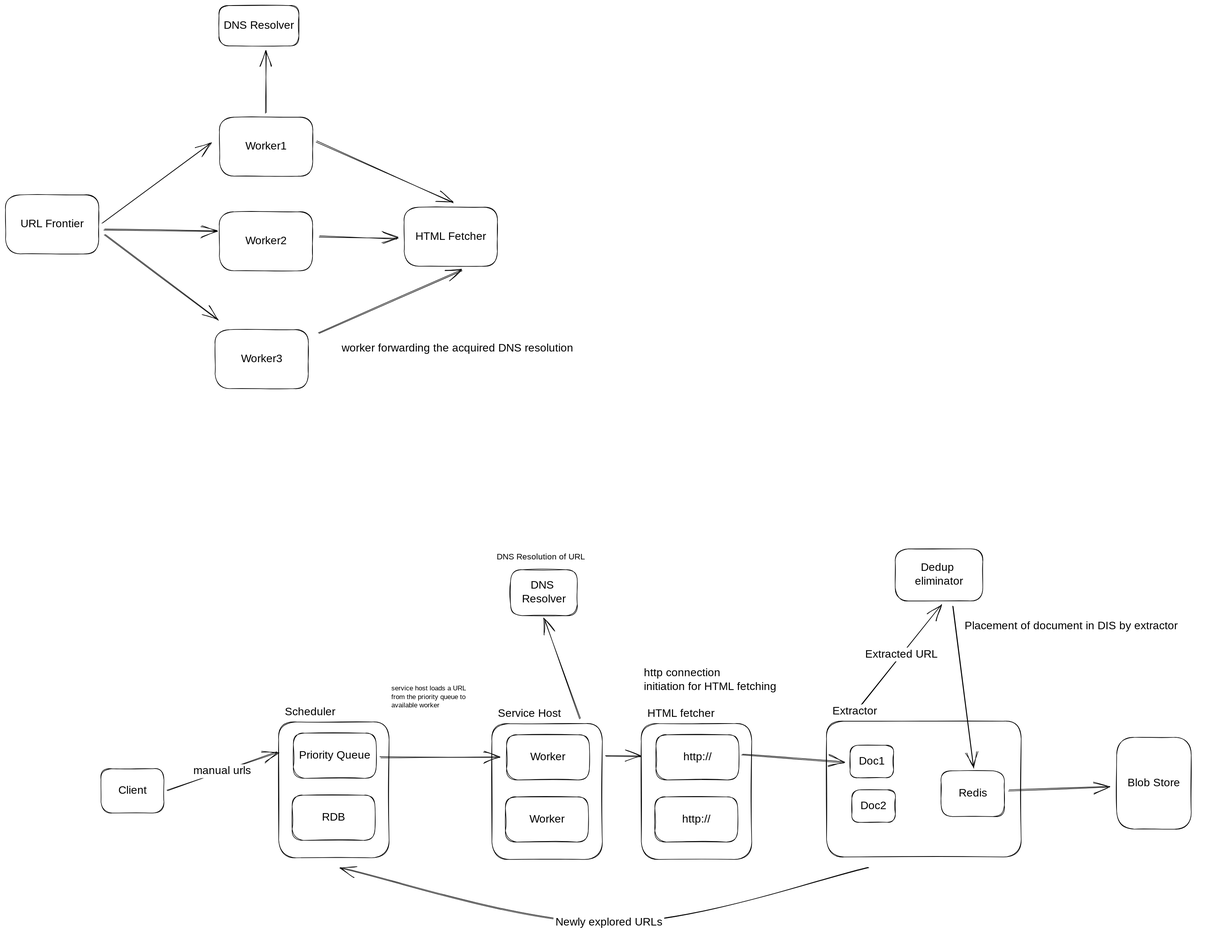
Earlier version of the Excalidraw export .gitbook/assets/file.excalidraw (14).svg (dongzeli95/swe-interview). Source tidied: one line per element, renumbered; positions are measured from the earlier drawing's top-left corner, leaving out a move shared by most shapes.
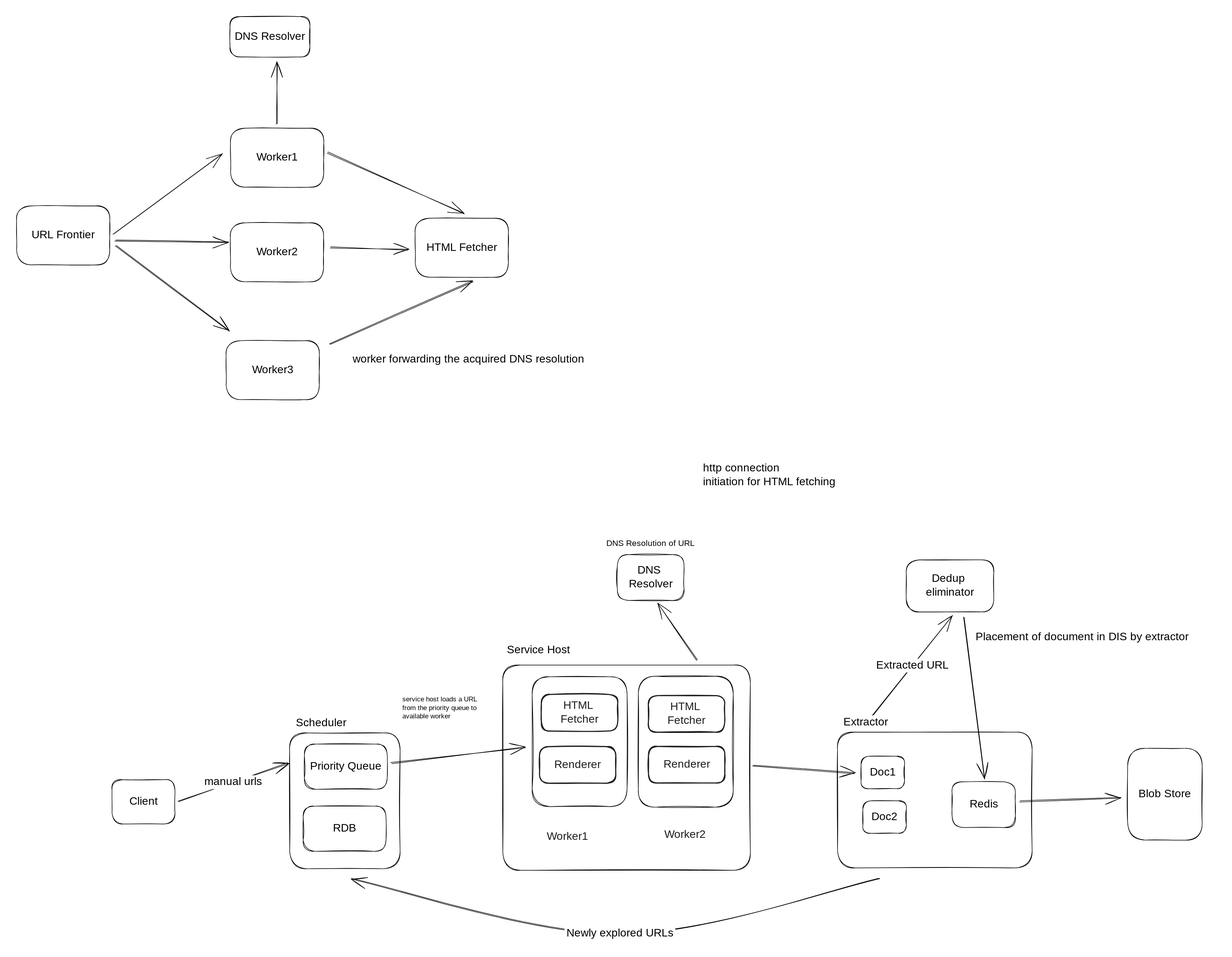
After the commit.

Commit message:
GITBOOK-173: change request with no subject merged in GitBook

Diff of the diagram source:
```diff
@@ -26,18 +26,9 @@
 {"id": 25, "type": "text", "text": "Priority Queue", "strokeColor": "#000000", "strokeWidth": 1, "roughness": 1, "fontSize": 20, "fontFamily": 1, "textAlign": "center", "verticalAlign": "middle", "inside": 24, "x": 526, "y": 1346, "width": 140, "height": 25}
 {"id": 26, "type": "rectangle", "strokeColor": "#000000", "strokeWidth": 1, "roughness": 1, "round": true, "x": 519, "y": 1430, "width": 150, "height": 82}
 {"id": 27, "type": "text", "text": "RDB", "strokeColor": "#000000", "strokeWidth": 1, "roughness": 1, "fontSize": 20, "fontFamily": 1, "textAlign": "center", "verticalAlign": "middle", "inside": 26, "x": 572, "y": 1458, "width": 44, "height": 25}
-{"id": 28, "type": "rectangle", "strokeColor": "#000000", "strokeWidth": 1, "roughness": 1, "round": true, "x": 881, "y": 1300, "width": 200, "height": 246}
+{"id": 28, "type": "rectangle", "strokeColor": "#000000", "strokeWidth": 1, "roughness": 1, "round": true, "x": 881, "y": 1174, "width": 448, "height": 372}
-{"id": 29, "type": "text", "text": "Service Host", "strokeColor": "#000000", "strokeWidth": 1, "roughness": 1, "fontSize": 20, "fontFamily": 1, "x": 892, "y": 1270, "width": 122, "height": 25}
+{"id": 29, "type": "text", "text": "Service Host", "strokeColor": "#000000", "strokeWidth": 1, "roughness": 1, "fontSize": 20, "fontFamily": 1, "x": 888, "y": 1135, "width": 122, "height": 25}
-{"id": 30, "type": "rectangle", "strokeColor": "#000000", "strokeWidth": 1, "roughness": 1, "round": true, "x": 907, "y": 1321, "width": 150, "height": 82}
+{"id": 30, "type": "rectangle", "strokeColor": "#000000", "strokeWidth": 1, "roughness": 1, "round": true, "x": 934, "y": 1196, "width": 172, "height": 235}
-{"id": 31, "type": "text", "text": "Worker", "strokeColor": "#000000", "strokeWidth": 1, "roughness": 1, "fontSize": 20, "fontFamily": 1, "textAlign": "center", "verticalAlign": "middle", "inside": 30, "x": 950, "y": 1349, "width": 64, "height": 25}
-{"id": 32, "type": "rectangle", "strokeColor": "#000000", "strokeWidth": 1, "roughness": 1, "round": true, "x": 905, "y": 1433, "width": 150, "height": 82}
-{"id": 33, "type": "text", "text": "Worker", "strokeColor": "#000000", "strokeWidth": 1, "roughness": 1, "fontSize": 20, "fontFamily": 1, "textAlign": "center", "verticalAlign": "middle", "inside": 32, "x": 948, "y": 1461, "width": 64, "height": 25}
-{"id": 34, "type": "rectangle", "strokeColor": "#000000", "strokeWidth": 1, "roughness": 1, "round": true, "x": 1151, "y": 1300, "width": 200, "height": 246}
-{"id": 35, "type": "text", "text": "HTML fetcher", "strokeColor": "#000000", "strokeWidth": 1, "roughness": 1, "fontSize": 20, "fontFamily": 1, "x": 1162, "y": 1270, "width": 136, "height": 25}
-{"id": 36, "type": "rectangle", "strokeColor": "#000000", "strokeWidth": 1, "roughness": 1, "round": true, "x": 1178, "y": 1321, "width": 150, "height": 82}
-{"id": 37, "type": "text", "text": "http://", "strokeColor": "#000000", "strokeWidth": 1, "roughness": 1, "fontSize": 20, "fontFamily": 1, "textAlign": "center", "verticalAlign": "middle", "inside": 36, "x": 1219, "y": 1349, "width": 67, "height": 25}
-{"id": 38, "type": "rectangle", "strokeColor": "#000000", "strokeWidth": 1, "roughness": 1, "round": true, "x": 1176, "y": 1433, "width": 150, "height": 82}
-{"id": 39, "type": "text", "text": "http://", "strokeColor": "#000000", "strokeWidth": 1, "roughness": 1, "fontSize": 20, "fontFamily": 1, "textAlign": "center", "verticalAlign": "middle", "inside": 38, "x": 1217, "y": 1461, "width": 67, "height": 25}
 {"id": 40, "type": "rectangle", "strokeColor": "#000000", "strokeWidth": 1, "roughness": 1, "round": true, "x": 1487, "y": 1296, "width": 352, "height": 246}
 {"id": 41, "type": "text", "text": "Extractor", "strokeColor": "#000000", "strokeWidth": 1, "roughness": 1, "fontSize": 20, "fontFamily": 1, "x": 1498, "y": 1266, "width": 99, "height": 25}
 {"id": 42, "type": "rectangle", "strokeColor": "#000000", "strokeWidth": 1, "roughness": 1, "round": true, "x": 1694, "y": 1386, "width": 115, "height": 83}
@@ -50,21 +41,31 @@
 {"id": 49, "type": "text", "text": "Dedup \neliminator", "strokeColor": "#000000", "strokeWidth": 1, "roughness": 1, "fontSize": 20, "fontFamily": 1, "textAlign": "center", "verticalAlign": "middle", "inside": 48, "x": 1645, "y": 1006, "width": 91, "height": 50}
 {"id": 50, "type": "rectangle", "strokeColor": "#000000", "strokeWidth": 1, "roughness": 1, "round": true, "x": 2012, "y": 1325, "width": 135, "height": 166}
 {"id": 51, "type": "text", "text": "Blob Store", "strokeColor": "#000000", "strokeWidth": 1, "roughness": 1, "fontSize": 20, "fontFamily": 1, "textAlign": "center", "verticalAlign": "middle", "inside": 50, "x": 2027, "y": 1396, "width": 105, "height": 25}
-{"id": 52, "type": "arrow", "strokeColor": "#000000", "strokeWidth": 1, "roughness": 1, "endArrowhead": "arrow", "round": true, "from": 24, "to": 30, "x": 679, "y": 1361, "width": 216, "height": 0, "points": [[0, 0], [216, 0]]}
+{"id": 52, "type": "arrow", "strokeColor": "#000000", "strokeWidth": 1, "roughness": 1, "endArrowhead": "arrow", "round": true, "from": 24, "to": 30, "x": 679, "y": 1351, "width": 242, "height": 28, "points": [[0, 0], [242, -28]]}
-{"id": 53, "type": "text", "text": "service host loads a URL\nfrom the priority queue to \navailable worker", "strokeColor": "#000000", "strokeWidth": 1, "roughness": 1, "fontSize": 12.35, "fontFamily": 1, "x": 699, "y": 1229, "width": 167, "height": 46}
+{"id": 53, "type": "text", "text": "service host loads a URL\nfrom the priority queue to \navailable worker", "strokeColor": "#000000", "strokeWidth": 1, "roughness": 1, "fontSize": 12.35, "fontFamily": 1, "x": 699, "y": 1229, "width": 166, "height": 46}
-{"id": 54, "type": "rectangle", "strokeColor": "#000000", "strokeWidth": 1, "roughness": 1, "round": true, "x": 915, "y": 1022, "width": 121, "height": 83}
+{"id": 54, "type": "rectangle", "strokeColor": "#000000", "strokeWidth": 1, "roughness": 1, "round": true, "x": 1088, "y": 974, "width": 121, "height": 83}
-{"id": 55, "type": "text", "text": "DNS \nResolver", "strokeColor": "#000000", "strokeWidth": 1, "roughness": 1, "fontSize": 20, "fontFamily": 1, "textAlign": "center", "verticalAlign": "middle", "inside": 54, "x": 934, "y": 1038, "width": 82, "height": 50}
+{"id": 55, "type": "text", "text": "DNS \nResolver", "strokeColor": "#000000", "strokeWidth": 1, "roughness": 1, "fontSize": 20, "fontFamily": 1, "textAlign": "center", "verticalAlign": "middle", "inside": 54, "x": 1108, "y": 991, "width": 82, "height": 50}
-{"id": 56, "type": "arrow", "strokeColor": "#000000", "strokeWidth": 1, "roughness": 1, "endArrowhead": "arrow", "round": true, "from": 28, "to": 54, "x": 1041, "y": 1292, "width": 64, "height": 182, "points": [[0, 0], [-64, -182]]}
+{"id": 56, "type": "arrow", "strokeColor": "#000000", "strokeWidth": 1, "roughness": 1, "endArrowhead": "arrow", "round": true, "from": 28, "to": 54, "x": 1232, "y": 1166, "width": 70, "height": 103, "points": [[0, 0], [-70, -103]]}
-{"id": 57, "type": "text", "text": "DNS Resolution of URL", "strokeColor": "#000000", "strokeWidth": 1, "roughness": 1, "fontSize": 14.95, "fontFamily": 1, "x": 889, "y": 989, "width": 172, "height": 19}
+{"id": 57, "type": "text", "text": "DNS Resolution of URL", "strokeColor": "#000000", "strokeWidth": 1, "roughness": 1, "fontSize": 14.95, "fontFamily": 1, "x": 1068, "y": 945, "width": 172, "height": 19}
-{"id": 58, "type": "arrow", "strokeColor": "#000000", "strokeWidth": 1, "roughness": 1, "endArrowhead": "arrow", "round": true, "from": 28, "to": 34, "x": 1087, "y": 1359, "width": 64, "height": 0, "points": [[0, 0], [64, 0]]}
-{"id": 59, "type": "text", "text": "http connection \ninitiation for HTML fetching", "strokeColor": "#000000", "strokeWidth": 1, "roughness": 1, "fontSize": 20, "fontFamily": 1, "x": 1156, "y": 1196, "width": 273, "height": 50}
+{"id": 59, "type": "text", "text": "http connection \ninitiation for HTML fetching", "strokeColor": "#000000", "strokeWidth": 1, "roughness": 1, "fontSize": 20, "fontFamily": 1, "x": 1243, "y": 806, "width": 273, "height": 50}
 {"id": 60, "type": "arrow", "strokeColor": "#000000", "strokeWidth": 1, "roughness": 1, "endArrowhead": "arrow", "round": true, "from": 41, "to": 48, "x": 1550, "y": 1265, "width": 145, "height": 180, "points": [[0, 0], [145, -180]]}
 {"id": 61, "type": "text", "text": "Extracted URL", "strokeColor": "#000000", "strokeWidth": 1, "roughness": 1, "fontSize": 20, "fontFamily": 1, "textAlign": "center", "verticalAlign": "middle", "inside": 60, "x": 1547, "y": 1163, "width": 151, "height": 25}
 {"id": 62, "type": "arrow", "strokeColor": "#000000", "strokeWidth": 1, "roughness": 1, "endArrowhead": "arrow", "round": true, "from": 48, "to": 42, "x": 1715, "y": 1087, "width": 38, "height": 293, "points": [[0, 0], [38, 293]]}
 {"id": 63, "type": "text", "text": "Placement of document in DIS by extractor", "strokeColor": "#000000", "strokeWidth": 1, "roughness": 1, "fontSize": 20, "fontFamily": 1, "x": 1737, "y": 1111, "width": 434, "height": 25}
 {"id": 64, "type": "arrow", "strokeColor": "#000000", "strokeWidth": 1, "roughness": 1, "endArrowhead": "arrow", "round": true, "from": 42, "to": 50, "x": 1817, "y": 1421, "width": 182, "height": 6, "points": [[0, 0], [182, -6]]}
-{"id": 65, "type": "arrow", "strokeColor": "#000000", "strokeWidth": 1, "roughness": 1, "endArrowhead": "arrow", "round": true, "from": 36, "to": 44, "x": 1334, "y": 1358, "width": 183, "height": 13, "points": [[0, 0], [183, 13]]}
+{"id": 65, "type": "arrow", "strokeColor": "#000000", "strokeWidth": 1, "roughness": 1, "endArrowhead": "arrow", "round": true, "from": 28, "to": 44, "x": 1334, "y": 1358, "width": 183, "height": 13, "points": [[0, 0], [183, 13]]}
 {"id": 66, "type": "arrow", "strokeColor": "#000000", "strokeWidth": 1, "roughness": 1, "endArrowhead": "arrow", "round": true, "from": 20, "to": 22, "x": 292, "y": 1422, "width": 200, "height": 70, "points": [[0, 0], [200, -70]]}
 {"id": 67, "type": "text", "text": "manual urls", "strokeColor": "#000000", "strokeWidth": 1, "roughness": 1, "fontSize": 20, "fontFamily": 1, "textAlign": "center", "verticalAlign": "middle", "inside": 66, "x": 337, "y": 1374, "width": 111, "height": 25}
 {"id": 68, "type": "arrow", "strokeColor": "#000000", "strokeWidth": 1, "roughness": 1, "endArrowhead": "arrow", "round": true, "from": 40, "to": 22, "x": 1563, "y": 1561, "width": 958, "height": 100, "points": [[0, 0], [-470, 100], [-958, 0]]}
 {"id": 69, "type": "text", "text": "Newly explored URLs", "strokeColor": "#000000", "strokeWidth": 1, "roughness": 1, "fontSize": 20, "fontFamily": 1, "textAlign": "center", "verticalAlign": "middle", "inside": 68, "x": 992, "y": 1648, "width": 201, "height": 25}
+{"id": 70, "type": "rectangle", "strokeColor": "#1e1e1e", "strokeWidth": 2, "roughness": 1, "round": true, "x": 950, "y": 1228, "width": 138, "height": 66}
+{"id": 71, "type": "text", "text": "HTML \nFetcher", "strokeColor": "#1e1e1e", "strokeWidth": 2, "roughness": 1, "fontSize": 20, "fontFamily": 1, "textAlign": "center", "verticalAlign": "middle", "inside": 70, "x": 983, "y": 1236, "width": 73, "height": 50}
+{"id": 72, "type": "rectangle", "strokeColor": "#1e1e1e", "strokeWidth": 2, "roughness": 1, "round": true, "x": 947, "y": 1322, "width": 138, "height": 66}
+{"id": 73, "type": "text", "text": "Renderer", "strokeColor": "#1e1e1e", "strokeWidth": 2, "roughness": 1, "fontSize": 20, "fontFamily": 1, "textAlign": "center", "verticalAlign": "middle", "inside": 72, "x": 974, "y": 1343, "width": 84, "height": 25}
+{"id": 74, "type": "rectangle", "strokeColor": "#000000", "strokeWidth": 1, "roughness": 1, "round": true, "x": 1126, "y": 1195, "width": 172, "height": 237}
+{"id": 75, "type": "rectangle", "strokeColor": "#1e1e1e", "strokeWidth": 2, "roughness": 1, "round": true, "x": 1144, "y": 1230, "width": 138, "height": 66}
+{"id": 76, "type": "text", "text": "HTML \nFetcher", "strokeColor": "#1e1e1e", "strokeWidth": 2, "roughness": 1, "fontSize": 20, "fontFamily": 1, "textAlign": "center", "verticalAlign": "middle", "inside": 75, "x": 1177, "y": 1238, "width": 73, "height": 50}
+{"id": 77, "type": "rectangle", "strokeColor": "#1e1e1e", "strokeWidth": 2, "roughness": 1, "round": true, "x": 1144, "y": 1322, "width": 138, "height": 66}
+{"id": 78, "type": "text", "text": "Renderer", "strokeColor": "#1e1e1e", "strokeWidth": 2, "roughness": 1, "fontSize": 20, "fontFamily": 1, "textAlign": "center", "verticalAlign": "middle", "inside": 77, "x": 1171, "y": 1342, "width": 84, "height": 25}
+{"id": 79, "type": "text", "text": "Worker1", "strokeColor": "#1e1e1e", "strokeWidth": 2, "roughness": 1, "fontSize": 20, "fontFamily": 1, "x": 960, "y": 1473, "width": 69, "height": 25}
+{"id": 80, "type": "text", "text": "Worker2", "strokeColor": "#1e1e1e", "strokeWidth": 2, "roughness": 1, "fontSize": 20, "fontFamily": 1, "x": 1173, "y": 1469, "width": 78, "height": 25}
```
